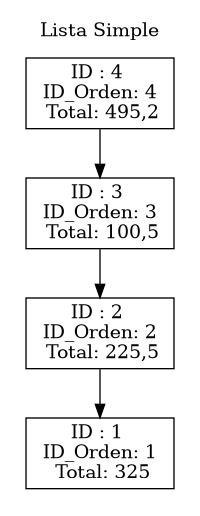
Before: Proyecto-Fase 1/Reportes/Pila.png, a diagram exported from Graphviz (Rodrigo-1504/-EDD-1S2025_202202854). Its source is kept beside it as Proyecto-Fase 1/Reportes/Pila.dot.
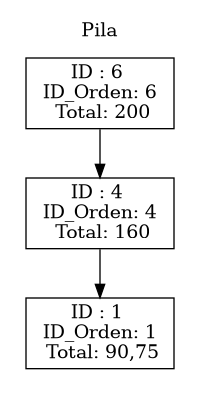
After the commit.

Diff of the diagram source:
```diff
@@ -2,13 +2,11 @@
 	node[shape=record];
 	graph[pencolor=transparent];
 	subgraph cluster_0{
-		label = "Lista Simple";
-			n0 [label = "{ID : 4 \n ID_Orden: 4 \n Total: 495,2}"];
-			n1 [label = "{ID : 3 \n ID_Orden: 3 \n Total: 100,5}"];
-			n2 [label = "{ID : 2 \n ID_Orden: 2 \n Total: 225,5}"];
-			n3 [label = "{ID : 1 \n ID_Orden: 1 \n Total: 325}"];
+		label = "Pila";
+			n0 [label = "{ID : 6 \n ID_Orden: 6 \n Total: 200}"];
+			n1 [label = "{ID : 4 \n ID_Orden: 4 \n Total: 160}"];
+			n2 [label = "{ID : 1 \n ID_Orden: 1 \n Total: 90,75}"];
 			n0 -> n1;
 			n1 -> n2;
-			n2 -> n3;
 		}
 }
```
